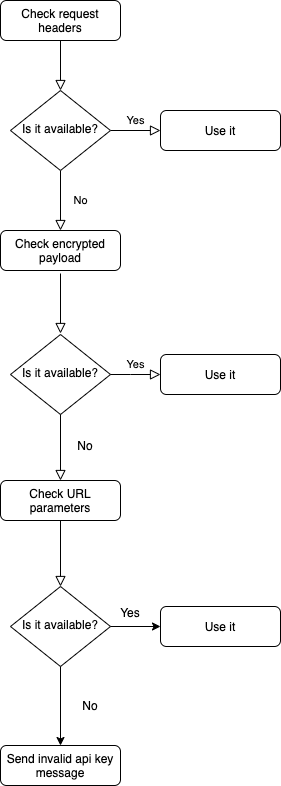
Above: images/api-diagram.png in openinfer/PrivateIdentity (draw.io), before the change. Source tidied: cells renumbered, new cells last; positions are measured from the earlier drawing's top-left corner, leaving out a move shared by most shapes.
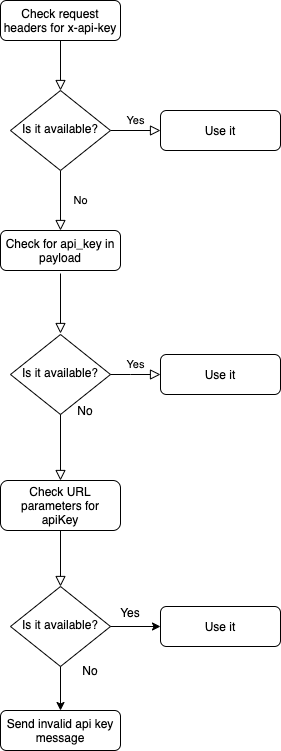
After the change.

What changed in the source:
```diff
@@ -5,7 +5,7 @@
     <mxCell id="2" style="rounded=0;html=1;jettySize=auto;fontSize=11;endArrow=block;endFill=0;endSize=8;strokeWidth=1;shadow=0;labelBackgroundColor=none;edgeStyle=orthogonalEdgeStyle;" parent="1" edge="1" source="3" target="6">
       <mxGeometry relative="1" as="geometry" />
     </mxCell>
-    <mxCell id="3" value="Check request headers" style="rounded=1;whiteSpace=wrap;html=1;fontSize=12;glass=0;strokeWidth=1;shadow=0;" parent="1" vertex="1">
+    <mxCell id="3" value="Check request headers for x-api-key" style="rounded=1;whiteSpace=wrap;html=1;fontSize=12;glass=0;strokeWidth=1;shadow=0;" parent="1" vertex="1">
       <mxGeometry width="120" height="40" as="geometry" />
     </mxCell>
     <mxCell id="4" value="No" style="rounded=0;html=1;jettySize=auto;fontSize=11;endArrow=block;endFill=0;endSize=8;strokeWidth=1;shadow=0;labelBackgroundColor=none;edgeStyle=orthogonalEdgeStyle;entryX=0.5;entryY=0;entryDx=0;entryDy=0;" parent="1" edge="1" source="6" target="8">
@@ -20,7 +20,7 @@
     <mxCell id="7" value="Use it" style="rounded=1;whiteSpace=wrap;html=1;fontSize=12;glass=0;strokeWidth=1;shadow=0;" parent="1" vertex="1">
       <mxGeometry x="160" y="110" width="120" height="40" as="geometry" />
     </mxCell>
-    <mxCell id="8" value="Check encrypted payload" style="rounded=1;whiteSpace=wrap;html=1;fontSize=12;glass=0;strokeWidth=1;shadow=0;" parent="1" vertex="1">
+    <mxCell id="8" value="Check for api_key in payload" style="rounded=1;whiteSpace=wrap;html=1;fontSize=12;glass=0;strokeWidth=1;shadow=0;" parent="1" vertex="1">
       <mxGeometry y="230" width="120" height="40" as="geometry" />
     </mxCell>
     <mxCell id="9" value="Is it available?" style="rhombus;whiteSpace=wrap;html=1;shadow=0;fontFamily=Helvetica;fontSize=12;align=center;strokeWidth=1;spacing=6;spacingTop=-4;" parent="1" vertex="1">
@@ -48,8 +48,8 @@
         <mxPoint x="60" y="480" as="targetPoint" />
       </mxGeometry>
     </mxCell>
-    <mxCell id="14" value="Check URL parameters" style="rounded=1;whiteSpace=wrap;html=1;fontSize=12;glass=0;strokeWidth=1;shadow=0;" parent="1" vertex="1">
-      <mxGeometry y="480" width="120" height="40" as="geometry" />
+    <mxCell id="14" value="Check URL parameters for apiKey" style="rounded=1;whiteSpace=wrap;html=1;fontSize=12;glass=0;strokeWidth=1;shadow=0;" parent="1" vertex="1">
+      <mxGeometry y="480" width="120" height="50" as="geometry" />
     </mxCell>
     <mxCell id="15" value="Is it available?" style="rhombus;whiteSpace=wrap;html=1;shadow=0;fontFamily=Helvetica;fontSize=12;align=center;strokeWidth=1;spacing=6;spacingTop=-4;" parent="1" vertex="1">
       <mxGeometry x="10" y="586" width="100" height="80" as="geometry" />
```
